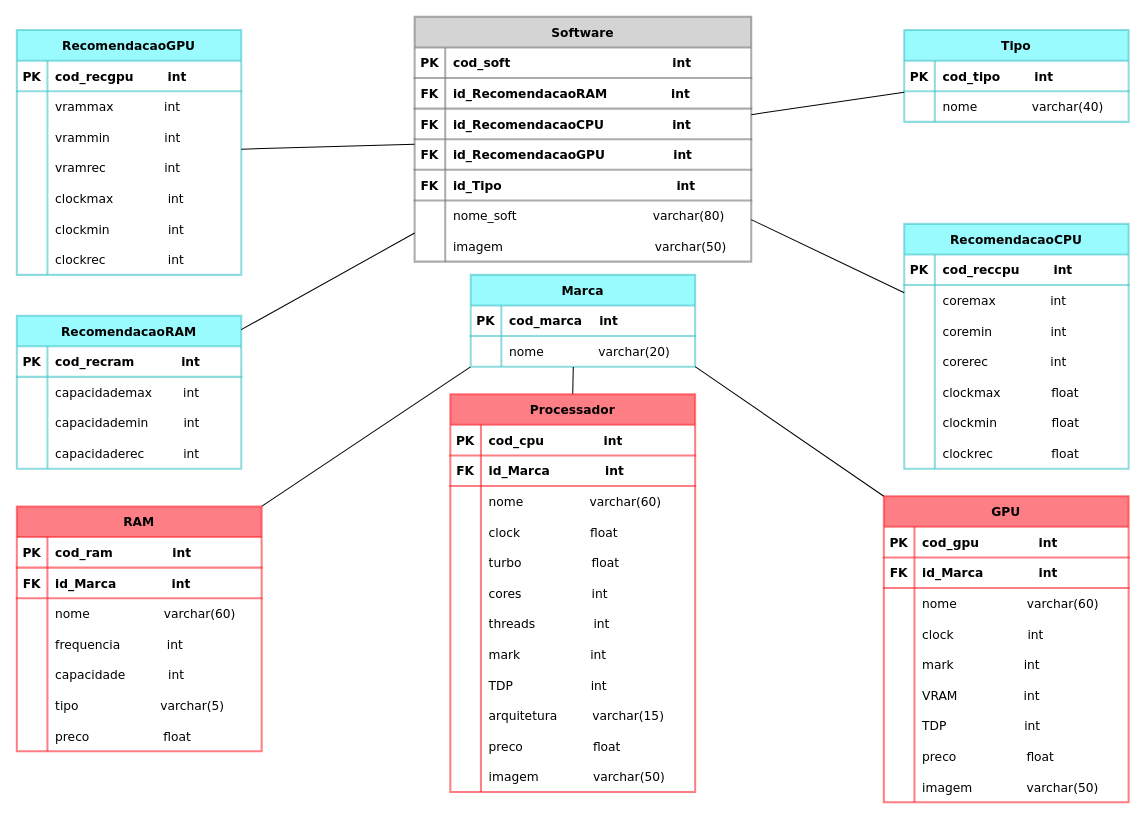
Earlier version of the draw.io diagram page "MER" (2 of 2) of IFSP-PJI-G05-MODELOS/Abstração do Banco de dados - GHYM.drawio (ProjectGHYM/IFSP-PJI2-GR05-GHYM_Hardware_Comparison). Source tidied: cells renumbered, new cells numbered last; positions are measured from the earlier drawing's top-left corner, leaving out a move shared by most shapes. Both pictures are drawn from the tidied source at 102%, with x=0, y=0 at pixel (16, 16).
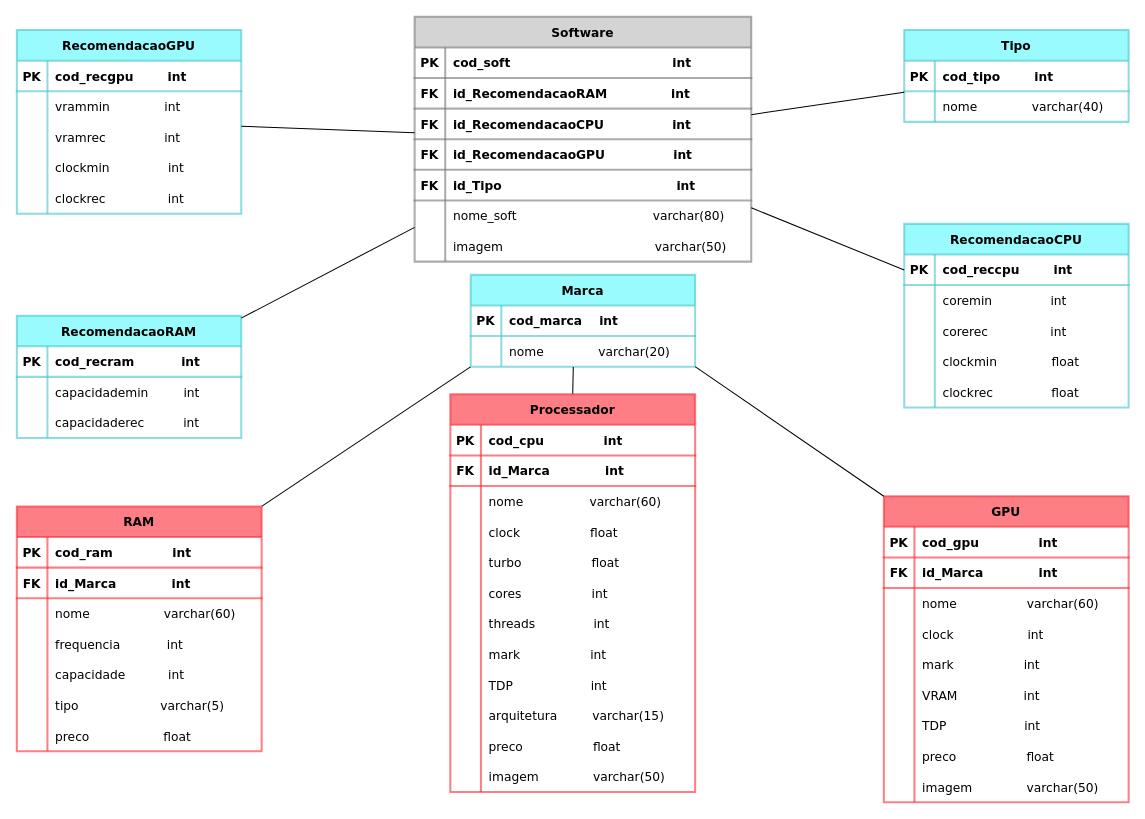
After the change.

Change to the diagram source:
```diff
@@
     <mxCell id="2" value="RecomendacaoGPU" style="shape=table;startSize=30;childLayout=tableLayout;rowLines=0;fontStyle=1;align=center;shadow=0;fontFamily=Verdana;strokeColor=#45C5C9;strokeWidth=2;fillColor=#57F9FF;opacity=60;" parent="1" vertex="1">
-      <mxGeometry y="13" width="220" height="240" as="geometry" />
+      <mxGeometry y="13" width="220" height="180" as="geometry" />
     </mxCell>
@@
-    <mxCell id="6" style="shape=tableRow;horizontal=0;startSize=0;swimlaneHead=0;swimlaneBody=0;fillColor=none;top=0;left=0;right=0;bottom=0;shadow=0;fontFamily=Verdana;strokeColor=#45C5C9;strokeWidth=2;opacity=60;" parent="2" vertex="1">
-      <mxGeometry y="60" width="220" height="30" as="geometry" />
-    </mxCell>
-    <mxCell id="7" style="shape=partialRectangle;fillColor=none;top=0;left=0;bottom=0;right=0;overflow=hidden;shadow=0;fontFamily=Verdana;strokeColor=#45C5C9;strokeWidth=2;opacity=60;" parent="6" vertex="1">
-      <mxGeometry width="30" height="30" as="geometry" />
-    </mxCell>
-    <mxCell id="8" value="vrammax             int" style="shape=partialRectangle;fillColor=none;top=0;left=0;bottom=0;right=0;align=left;spacingLeft=6;overflow=hidden;shadow=0;fontFamily=Verdana;strokeColor=#45C5C9;strokeWidth=2;opacity=60;" parent="6" vertex="1">
-      <mxGeometry x="30" width="190" height="30" as="geometry" />
-    </mxCell>
     <mxCell id="9" style="shape=tableRow;horizontal=0;startSize=0;swimlaneHead=0;swimlaneBody=0;fillColor=none;top=0;left=0;right=0;bottom=0;shadow=0;fontFamily=Verdana;strokeColor=#45C5C9;strokeWidth=2;opacity=60;" parent="2" vertex="1">
-      <mxGeometry y="90" width="220" height="30" as="geometry" />
+      <mxGeometry y="60" width="220" height="30" as="geometry" />
     </mxCell>
@@
     <mxCell id="12" style="shape=tableRow;horizontal=0;startSize=0;swimlaneHead=0;swimlaneBody=0;fillColor=none;top=0;left=0;right=0;bottom=0;shadow=0;fontFamily=Verdana;strokeColor=#45C5C9;strokeWidth=2;opacity=60;" parent="2" vertex="1">
-      <mxGeometry y="120" width="220" height="30" as="geometry" />
+      <mxGeometry y="90" width="220" height="30" as="geometry" />
     </mxCell>
@@
-    <mxCell id="15" style="shape=tableRow;horizontal=0;startSize=0;swimlaneHead=0;swimlaneBody=0;fillColor=none;top=0;left=0;right=0;bottom=0;shadow=0;fontFamily=Verdana;strokeColor=#45C5C9;strokeWidth=2;opacity=60;" parent="2" vertex="1">
-      <mxGeometry y="150" width="220" height="30" as="geometry" />
-    </mxCell>
-    <mxCell id="16" style="shape=partialRectangle;fillColor=none;top=0;left=0;bottom=0;right=0;overflow=hidden;shadow=0;fontFamily=Verdana;strokeColor=#45C5C9;strokeWidth=2;opacity=60;" parent="15" vertex="1">
-      <mxGeometry width="30" height="30" as="geometry" />
-    </mxCell>
-    <mxCell id="17" value="clockmax              int" style="shape=partialRectangle;fillColor=none;top=0;left=0;bottom=0;right=0;align=left;spacingLeft=6;overflow=hidden;shadow=0;fontFamily=Verdana;strokeColor=#45C5C9;strokeWidth=2;opacity=60;" parent="15" vertex="1">
-      <mxGeometry x="30" width="190" height="30" as="geometry" />
-    </mxCell>
     <mxCell id="18" style="shape=tableRow;horizontal=0;startSize=0;swimlaneHead=0;swimlaneBody=0;fillColor=none;top=0;left=0;right=0;bottom=0;shadow=0;fontFamily=Verdana;strokeColor=#45C5C9;strokeWidth=2;opacity=60;" parent="2" vertex="1">
-      <mxGeometry y="180" width="220" height="30" as="geometry" />
+      <mxGeometry y="120" width="220" height="30" as="geometry" />
     </mxCell>
@@
     <mxCell id="21" style="shape=tableRow;horizontal=0;startSize=0;swimlaneHead=0;swimlaneBody=0;fillColor=none;top=0;left=0;right=0;bottom=0;shadow=0;fontFamily=Verdana;strokeColor=#45C5C9;strokeWidth=2;opacity=60;" parent="2" vertex="1">
-      <mxGeometry y="210" width="220" height="30" as="geometry" />
+      <mxGeometry y="150" width="220" height="30" as="geometry" />
     </mxCell>
@@
     <mxCell id="24" value="RecomendacaoCPU" style="shape=table;startSize=30;childLayout=tableLayout;rowLines=0;fontStyle=1;align=center;shadow=0;fontFamily=Verdana;strokeColor=#45C5C9;strokeWidth=2;fillColor=#57F9FF;opacity=60;" parent="1" vertex="1">
-      <mxGeometry x="870" y="203" width="220" height="240" as="geometry" />
+      <mxGeometry x="870" y="203" width="220" height="180" as="geometry" />
     </mxCell>
@@
-    <mxCell id="28" style="shape=tableRow;horizontal=0;startSize=0;swimlaneHead=0;swimlaneBody=0;fillColor=none;top=0;left=0;right=0;bottom=0;shadow=0;fontFamily=Verdana;strokeColor=#45C5C9;strokeWidth=2;opacity=60;" parent="24" vertex="1">
-      <mxGeometry y="60" width="220" height="30" as="geometry" />
-    </mxCell>
-    <mxCell id="29" style="shape=partialRectangle;fillColor=none;top=0;left=0;bottom=0;right=0;overflow=hidden;shadow=0;fontFamily=Verdana;strokeColor=#45C5C9;strokeWidth=2;opacity=60;" parent="28" vertex="1">
-      <mxGeometry width="30" height="30" as="geometry" />
-    </mxCell>
-    <mxCell id="30" value="coremax              int" style="shape=partialRectangle;fillColor=none;top=0;left=0;bottom=0;right=0;align=left;spacingLeft=6;overflow=hidden;shadow=0;fontFamily=Verdana;strokeColor=#45C5C9;strokeWidth=2;opacity=60;" parent="28" vertex="1">
-      <mxGeometry x="30" width="190" height="30" as="geometry" />
-    </mxCell>
     <mxCell id="31" style="shape=tableRow;horizontal=0;startSize=0;swimlaneHead=0;swimlaneBody=0;fillColor=none;top=0;left=0;right=0;bottom=0;shadow=0;fontFamily=Verdana;strokeColor=#45C5C9;strokeWidth=2;opacity=60;" parent="24" vertex="1">
-      <mxGeometry y="90" width="220" height="30" as="geometry" />
+      <mxGeometry y="60" width="220" height="30" as="geometry" />
     </mxCell>
@@
     <mxCell id="34" style="shape=tableRow;horizontal=0;startSize=0;swimlaneHead=0;swimlaneBody=0;fillColor=none;top=0;left=0;right=0;bottom=0;shadow=0;fontFamily=Verdana;strokeColor=#45C5C9;strokeWidth=2;opacity=60;" parent="24" vertex="1">
-      <mxGeometry y="120" width="220" height="30" as="geometry" />
+      <mxGeometry y="90" width="220" height="30" as="geometry" />
     </mxCell>
@@
-    <mxCell id="37" style="shape=tableRow;horizontal=0;startSize=0;swimlaneHead=0;swimlaneBody=0;fillColor=none;top=0;left=0;right=0;bottom=0;shadow=0;fontFamily=Verdana;strokeColor=#45C5C9;strokeWidth=2;opacity=60;" parent="24" vertex="1">
-      <mxGeometry y="150" width="220" height="30" as="geometry" />
-    </mxCell>
-    <mxCell id="38" style="shape=partialRectangle;fillColor=none;top=0;left=0;bottom=0;right=0;overflow=hidden;shadow=0;fontFamily=Verdana;strokeColor=#45C5C9;strokeWidth=2;opacity=60;" parent="37" vertex="1">
-      <mxGeometry width="30" height="30" as="geometry" />
-    </mxCell>
-    <mxCell id="39" value="clockmax             float" style="shape=partialRectangle;fillColor=none;top=0;left=0;bottom=0;right=0;align=left;spacingLeft=6;overflow=hidden;shadow=0;fontFamily=Verdana;strokeColor=#45C5C9;strokeWidth=2;opacity=60;" parent="37" vertex="1">
-      <mxGeometry x="30" width="190" height="30" as="geometry" />
-    </mxCell>
     <mxCell id="40" style="shape=tableRow;horizontal=0;startSize=0;swimlaneHead=0;swimlaneBody=0;fillColor=none;top=0;left=0;right=0;bottom=0;shadow=0;fontFamily=Verdana;strokeColor=#45C5C9;strokeWidth=2;opacity=60;" parent="24" vertex="1">
-      <mxGeometry y="180" width="220" height="30" as="geometry" />
+      <mxGeometry y="120" width="220" height="30" as="geometry" />
     </mxCell>
@@
     <mxCell id="43" style="shape=tableRow;horizontal=0;startSize=0;swimlaneHead=0;swimlaneBody=0;fillColor=none;top=0;left=0;right=0;bottom=0;shadow=0;fontFamily=Verdana;strokeColor=#45C5C9;strokeWidth=2;opacity=60;" parent="24" vertex="1">
-      <mxGeometry y="210" width="220" height="30" as="geometry" />
+      <mxGeometry y="150" width="220" height="30" as="geometry" />
     </mxCell>
@@
     <mxCell id="171" value="RecomendacaoRAM" style="shape=table;startSize=30;childLayout=tableLayout;rowLines=0;fontStyle=1;align=center;shadow=0;fontFamily=Verdana;strokeColor=#45C5C9;strokeWidth=2;fillColor=#57F9FF;opacity=60;" parent="1" vertex="1">
-      <mxGeometry y="293" width="220" height="150" as="geometry" />
+      <mxGeometry y="293" width="220" height="120" as="geometry" />
     </mxCell>
@@
-    <mxCell id="175" style="shape=tableRow;horizontal=0;startSize=0;swimlaneHead=0;swimlaneBody=0;fillColor=none;top=0;left=0;right=0;bottom=0;shadow=0;fontFamily=Verdana;strokeColor=#45C5C9;strokeWidth=2;opacity=60;" parent="171" vertex="1">
-      <mxGeometry y="60" width="220" height="30" as="geometry" />
-    </mxCell>
-    <mxCell id="176" style="shape=partialRectangle;fillColor=none;top=0;left=0;bottom=0;right=0;overflow=hidden;shadow=0;fontFamily=Verdana;strokeColor=#45C5C9;strokeWidth=2;opacity=60;" parent="175" vertex="1">
-      <mxGeometry width="30" height="30" as="geometry" />
-    </mxCell>
-    <mxCell id="177" value="capacidademax        int" style="shape=partialRectangle;fillColor=none;top=0;left=0;bottom=0;right=0;align=left;spacingLeft=6;overflow=hidden;shadow=0;fontFamily=Verdana;strokeColor=#45C5C9;strokeWidth=2;opacity=60;" parent="175" vertex="1">
-      <mxGeometry x="30" width="190" height="30" as="geometry" />
-    </mxCell>
     <mxCell id="178" style="shape=tableRow;horizontal=0;startSize=0;swimlaneHead=0;swimlaneBody=0;fillColor=none;top=0;left=0;right=0;bottom=0;shadow=0;fontFamily=Verdana;strokeColor=#45C5C9;strokeWidth=2;opacity=60;" parent="171" vertex="1">
-      <mxGeometry y="90" width="220" height="30" as="geometry" />
+      <mxGeometry y="60" width="220" height="30" as="geometry" />
     </mxCell>
@@
     <mxCell id="181" style="shape=tableRow;horizontal=0;startSize=0;swimlaneHead=0;swimlaneBody=0;fillColor=none;top=0;left=0;right=0;bottom=0;shadow=0;fontFamily=Verdana;strokeColor=#45C5C9;strokeWidth=2;opacity=60;" parent="171" vertex="1">
-      <mxGeometry y="120" width="220" height="30" as="geometry" />
+      <mxGeometry y="90" width="220" height="30" as="geometry" />
     </mxCell>
```
